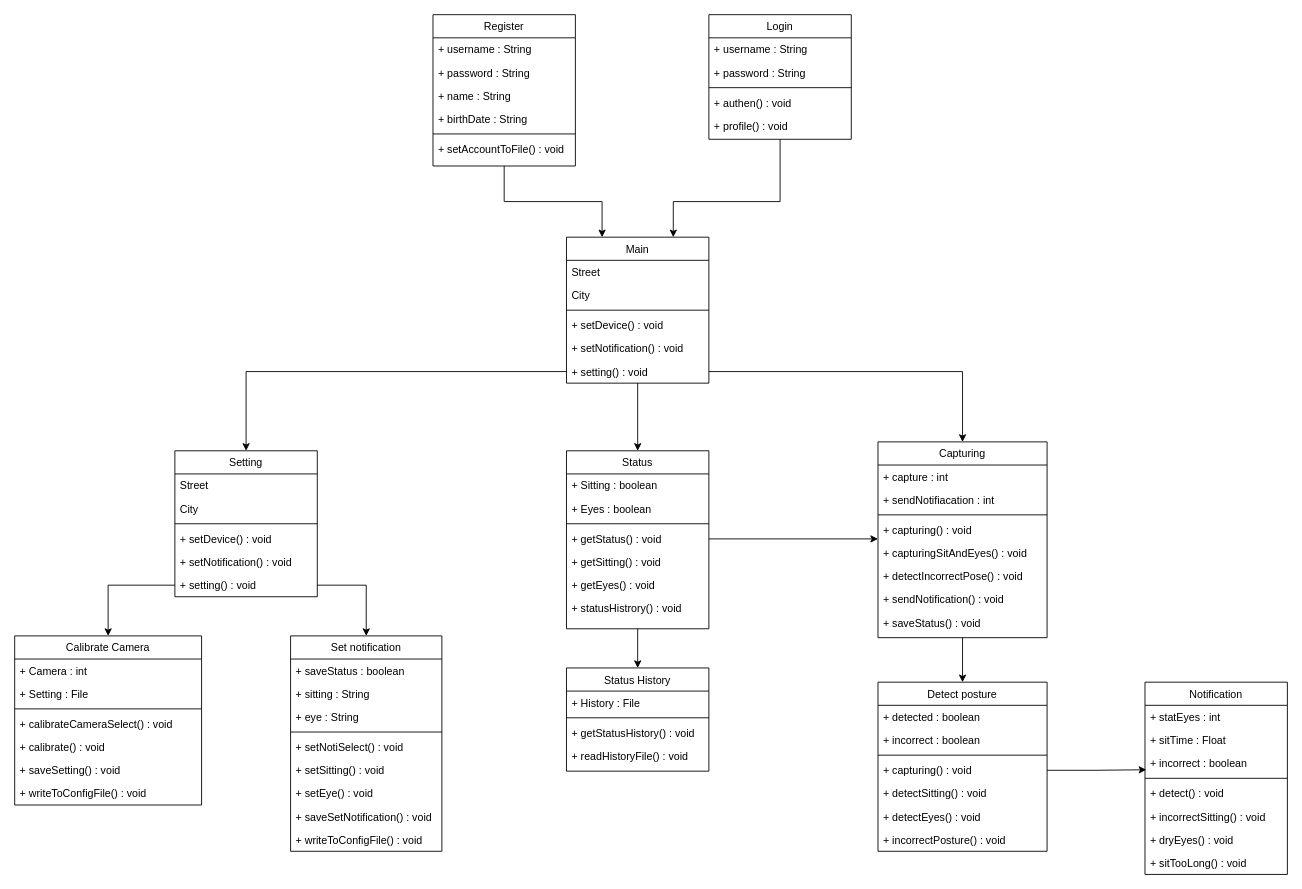
Above: Design/Class_Diagram.drawio in astrrr/Right-posture (draw.io), before the change. Source tidied: cells renumbered, new cells numbered last; positions are measured from the earlier drawing's top-left corner, leaving out a move shared by most shapes. Both pictures are drawn from the tidied source at 89%, with x=0, y=0 at pixel (14, 14).
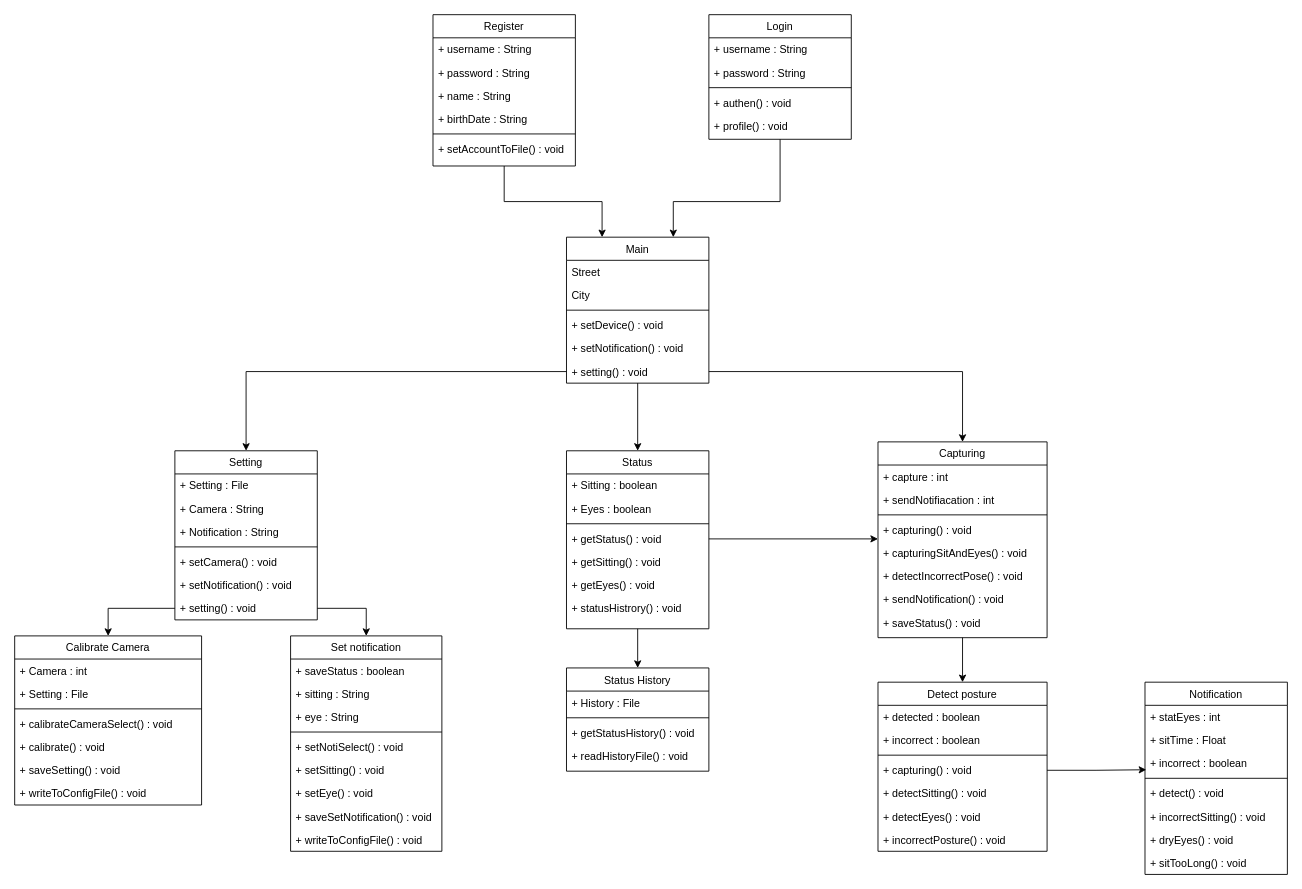
Above is the later version.

Commit message:
Attr. Setting Class_Diagram.drawio

Change to the diagram source:
```diff
@@
     <mxCell id="17" value="Setting" style="swimlane;fontStyle=0;align=center;verticalAlign=top;horizontal=1;startSize=26;rounded=0;shadow=0;strokeWidth=1;" parent="1" vertex="1">
-      <mxGeometry x="180" y="490" width="160" height="164" as="geometry" />
+      <mxGeometry x="180" y="490" width="160" height="190" as="geometry" />
     </mxCell>
-    <mxCell id="18" value="Street" style="text;align=left;verticalAlign=top;spacingLeft=4;spacingRight=4;overflow=hidden;" parent="17" vertex="1">
+    <mxCell id="18" value="+ Setting : File" style="text;align=left;verticalAlign=top;spacingLeft=4;spacingRight=4;overflow=hidden;" parent="17" vertex="1">
       <mxGeometry y="26" width="160" height="26" as="geometry" />
     </mxCell>
-    <mxCell id="19" value="City" style="text;align=left;verticalAlign=top;spacingLeft=4;spacingRight=4;overflow=hidden;rounded=0;shadow=0;html=0;" parent="17" vertex="1">
+    <mxCell id="19" value="+ Camera : String" style="text;align=left;verticalAlign=top;spacingLeft=4;spacingRight=4;overflow=hidden;rounded=0;shadow=0;html=0;" parent="17" vertex="1">
       <mxGeometry y="52" width="160" height="26" as="geometry" />
     </mxCell>
+    <mxCell id="97" value="+ Notification : String" style="text;align=left;verticalAlign=top;spacingLeft=4;spacingRight=4;overflow=hidden;rounded=0;shadow=0;html=0;" parent="17" vertex="1">
+      <mxGeometry y="78" width="160" height="26" as="geometry" />
+    </mxCell>
     <mxCell id="20" style="line;html=1;strokeWidth=1;align=left;verticalAlign=middle;spacingTop=-1;spacingLeft=3;spacingRight=3;labelPosition=right;" parent="17" vertex="1">
-      <mxGeometry y="78" width="160" height="8" as="geometry" />
+      <mxGeometry y="104" width="160" height="8" as="geometry" />
     </mxCell>
-    <mxCell id="21" value="+ setDevice() : void" style="text;align=left;verticalAlign=top;spacingLeft=4;spacingRight=4;overflow=hidden;" parent="17" vertex="1">
-      <mxGeometry y="86" width="160" height="26" as="geometry" />
+    <mxCell id="21" value="+ setCamera() : void" style="text;align=left;verticalAlign=top;spacingLeft=4;spacingRight=4;overflow=hidden;" parent="17" vertex="1">
+      <mxGeometry y="112" width="160" height="26" as="geometry" />
     </mxCell>
     <mxCell id="22" value="+ setNotification() : void" style="text;align=left;verticalAlign=top;spacingLeft=4;spacingRight=4;overflow=hidden;" parent="17" vertex="1">
-      <mxGeometry y="112" width="160" height="26" as="geometry" />
+      <mxGeometry y="138" width="160" height="26" as="geometry" />
     </mxCell>
     <mxCell id="23" value="+ setting() : void" style="text;align=left;verticalAlign=top;spacingLeft=4;spacingRight=4;overflow=hidden;points=[[0,0.5],[1,0.5]];portConstraint=eastwest;" parent="17" vertex="1">
-      <mxGeometry y="138" width="160" height="26" as="geometry" />
+      <mxGeometry y="164" width="160" height="26" as="geometry" />
     </mxCell>
```
